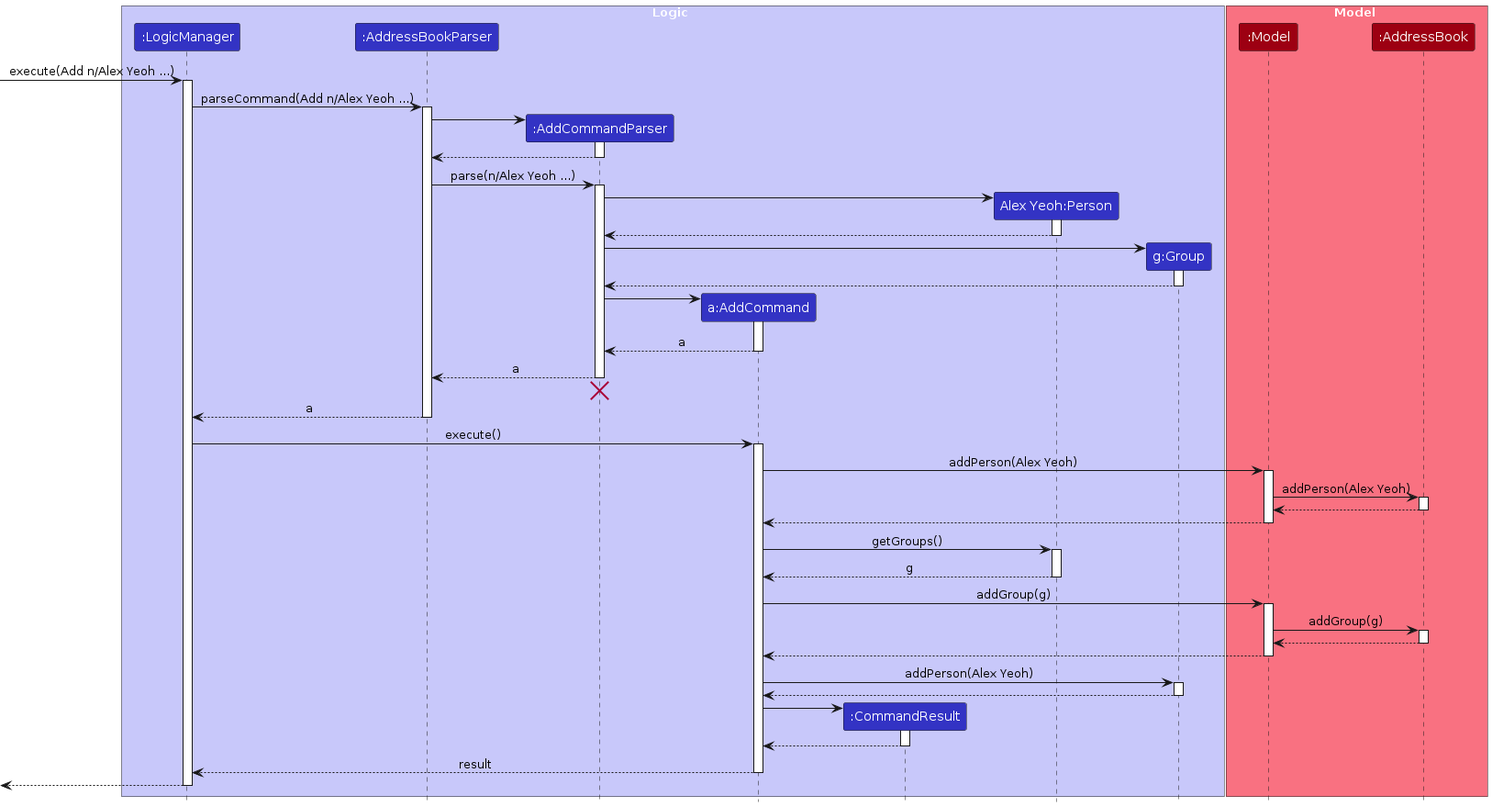
Earlier version of the PlantUML export diagrams/AddCommandSequenceDiagram.png (AY2324S1-CS2103T-T10-3/tp). Its source is kept beside it as diagrams/AddCommandSequenceDiagram.puml.
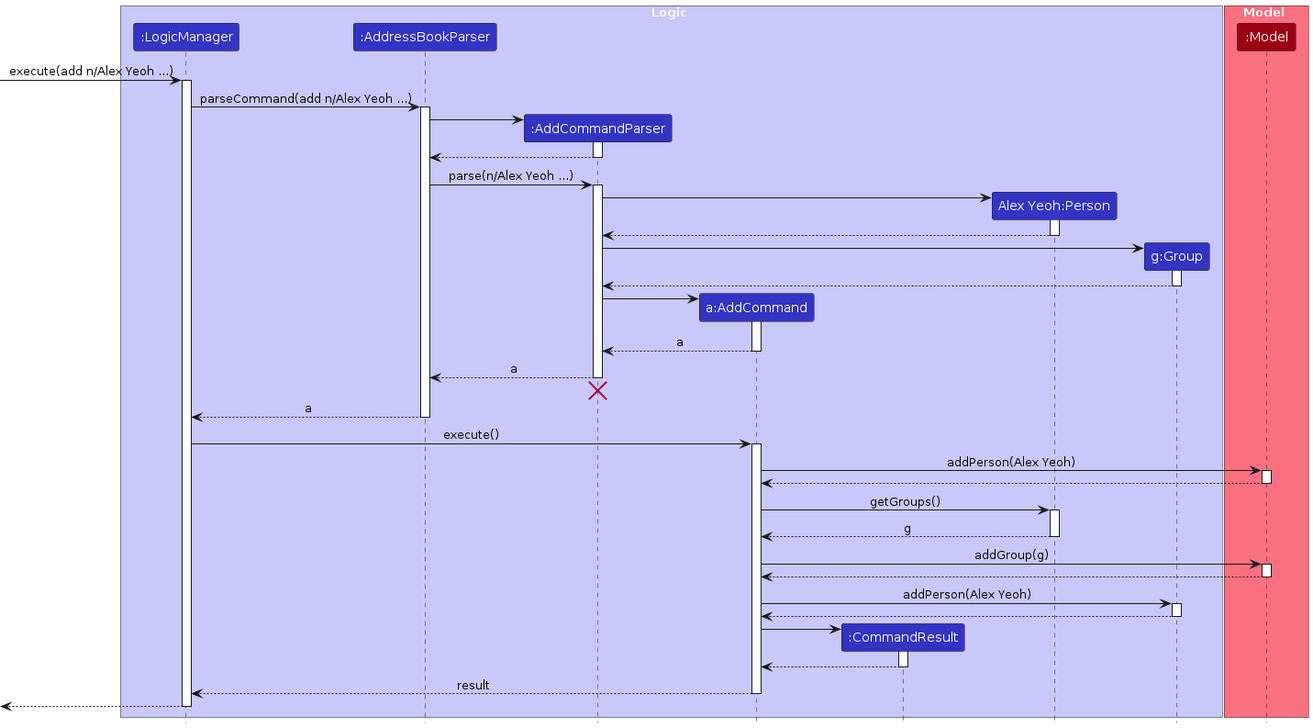
Above is the later version.

Diff of the diagram source:
```diff
@@ -14,13 +14,12 @@
 
 box Model MODEL_COLOR_T1
 participant ":Model" as Model MODEL_COLOR
-participant ":AddressBook" as AddressBook MODEL_COLOR
 end box
 
-[-> LogicManager : execute(Add n/Alex Yeoh ...)
+[-> LogicManager : execute(add n/Alex Yeoh ...)
 activate LogicManager
 
-LogicManager -> AddressBookParser : parseCommand(Add n/Alex Yeoh ...)
+LogicManager -> AddressBookParser : parseCommand(add n/Alex Yeoh ...)
 activate AddressBookParser
 
 create AddCommandParser
@@ -68,33 +67,17 @@
 AddCommand -> Model : addPerson(Alex Yeoh)
 activate Model
 
-Model -> AddressBook : addPerson(Alex Yeoh)
-activate AddressBook
-
-AddressBook --> Model
-deactivate AddressBook
-
 Model --> AddCommand
 deactivate Model
 
 AddCommand -> Person : getGroups()
 activate Person
 
-
-
 Person --> AddCommand : g
 deactivate Person
 
 AddCommand -> Model : addGroup(g)
 activate Model
-
-Model -> AddressBook : addGroup(g)
-activate AddressBook
-
-
-
-AddressBook --> Model
-deactivate AddressBook
 
 Model --> AddCommand
 deactivate Model
```
